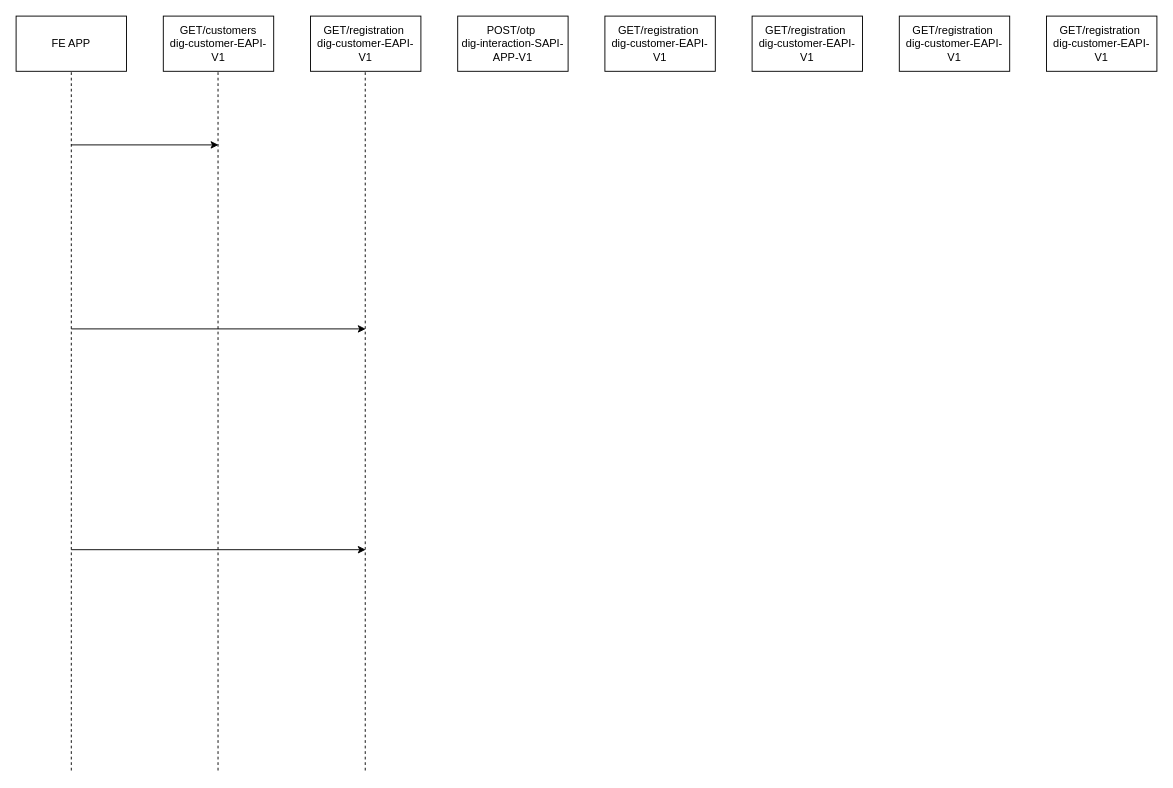
busugu2018/muleCustomerOnboarding keeps this draw.io diagram as customerOnboarding.drawio. Above is the earlier version. Source tidied: cells renumbered, new cells numbered last; positions are measured from the earlier drawing's top-left corner, leaving out a move shared by most shapes. Both pictures are drawn from the tidied source at 92%, with x=0, y=0 at pixel (16, 16).
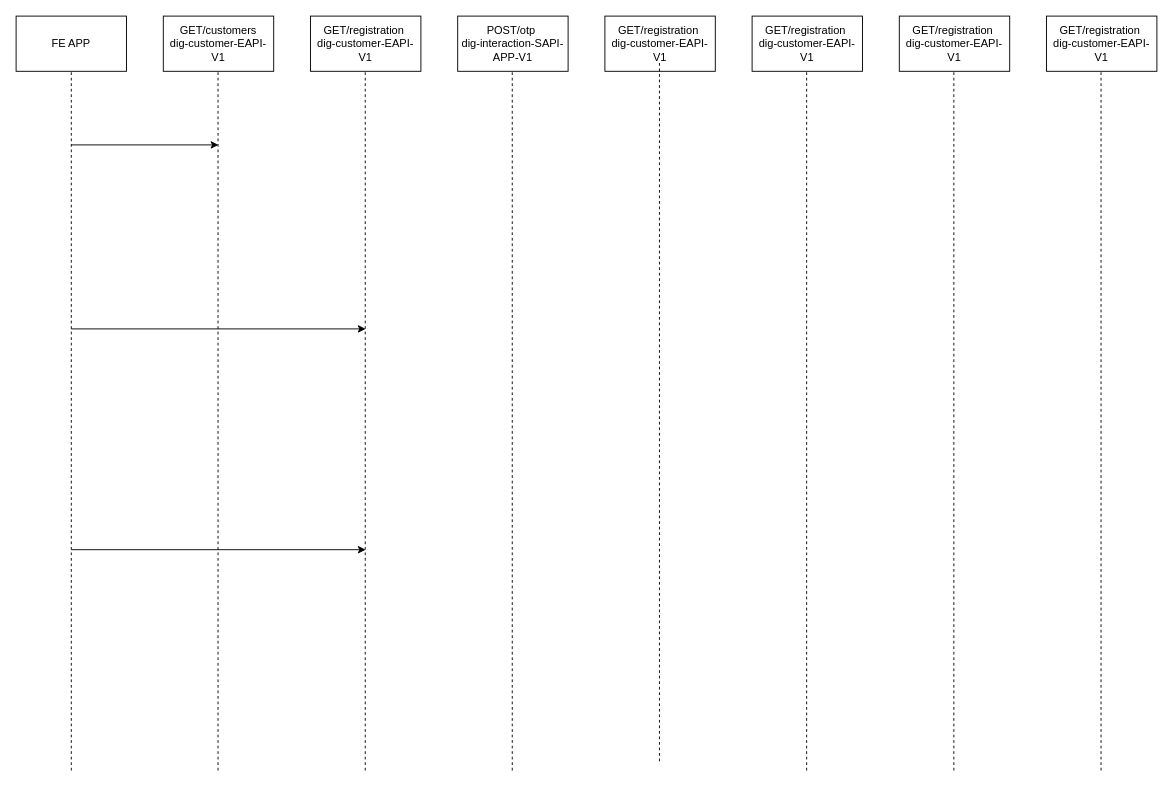
After the change.

Change to the diagram source:
```diff
@@
+    <mxCell id="16" style="endArrow=none;dashed=1;html=1;rounded=0;entryX=0.5;entryY=1;entryDx=0;entryDy=0;" parent="1" edge="1">
+      <mxGeometry relative="1" as="geometry">
+        <mxPoint x="539.3" y="820" as="sourcePoint" />
+        <mxPoint x="539.3" y="60" as="targetPoint" />
+      </mxGeometry>
+    </mxCell>
+    <mxCell id="17" style="endArrow=none;dashed=1;html=1;rounded=0;entryX=0.5;entryY=1;entryDx=0;entryDy=0;" parent="1" edge="1">
+      <mxGeometry relative="1" as="geometry">
+        <mxPoint x="699.3" y="810" as="sourcePoint" />
+        <mxPoint x="699.3" y="50" as="targetPoint" />
+      </mxGeometry>
+    </mxCell>
+    <mxCell id="18" style="endArrow=none;dashed=1;html=1;rounded=0;entryX=0.5;entryY=1;entryDx=0;entryDy=0;" parent="1" edge="1">
+      <mxGeometry relative="1" as="geometry">
+        <mxPoint x="859.3" y="820" as="sourcePoint" />
+        <mxPoint x="859.3" y="60" as="targetPoint" />
+      </mxGeometry>
+    </mxCell>
+    <mxCell id="19" style="endArrow=none;dashed=1;html=1;rounded=0;entryX=0.5;entryY=1;entryDx=0;entryDy=0;" parent="1" edge="1">
+      <mxGeometry relative="1" as="geometry">
+        <mxPoint x="1019.3" y="820" as="sourcePoint" />
+        <mxPoint x="1019.3" y="60" as="targetPoint" />
+      </mxGeometry>
+    </mxCell>
+    <mxCell id="20" style="endArrow=none;dashed=1;html=1;rounded=0;entryX=0.5;entryY=1;entryDx=0;entryDy=0;" parent="1" edge="1">
+      <mxGeometry relative="1" as="geometry">
+        <mxPoint x="1179.3" y="820" as="sourcePoint" />
+        <mxPoint x="1179.3" y="60" as="targetPoint" />
+      </mxGeometry>
+    </mxCell>
```
